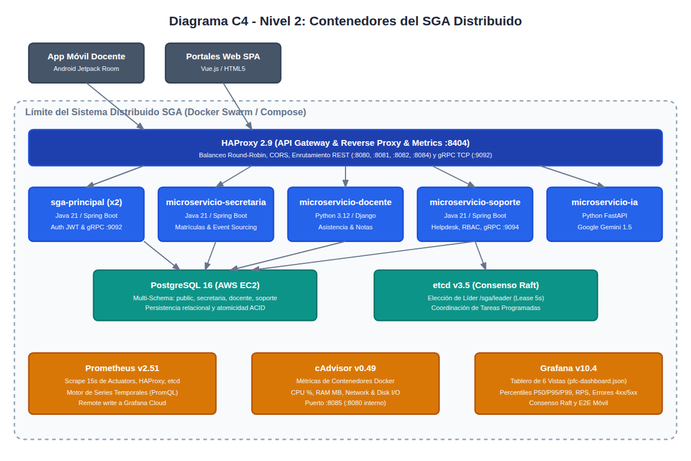
LEO23as/acadtrace keeps this PlantUML diagram as Informe-E4_BCEL/c4_nivel2_contenedores.png. Above is the earlier version. Its source is kept beside it as docs/diagrams/c4_nivel2_contenedores.puml.
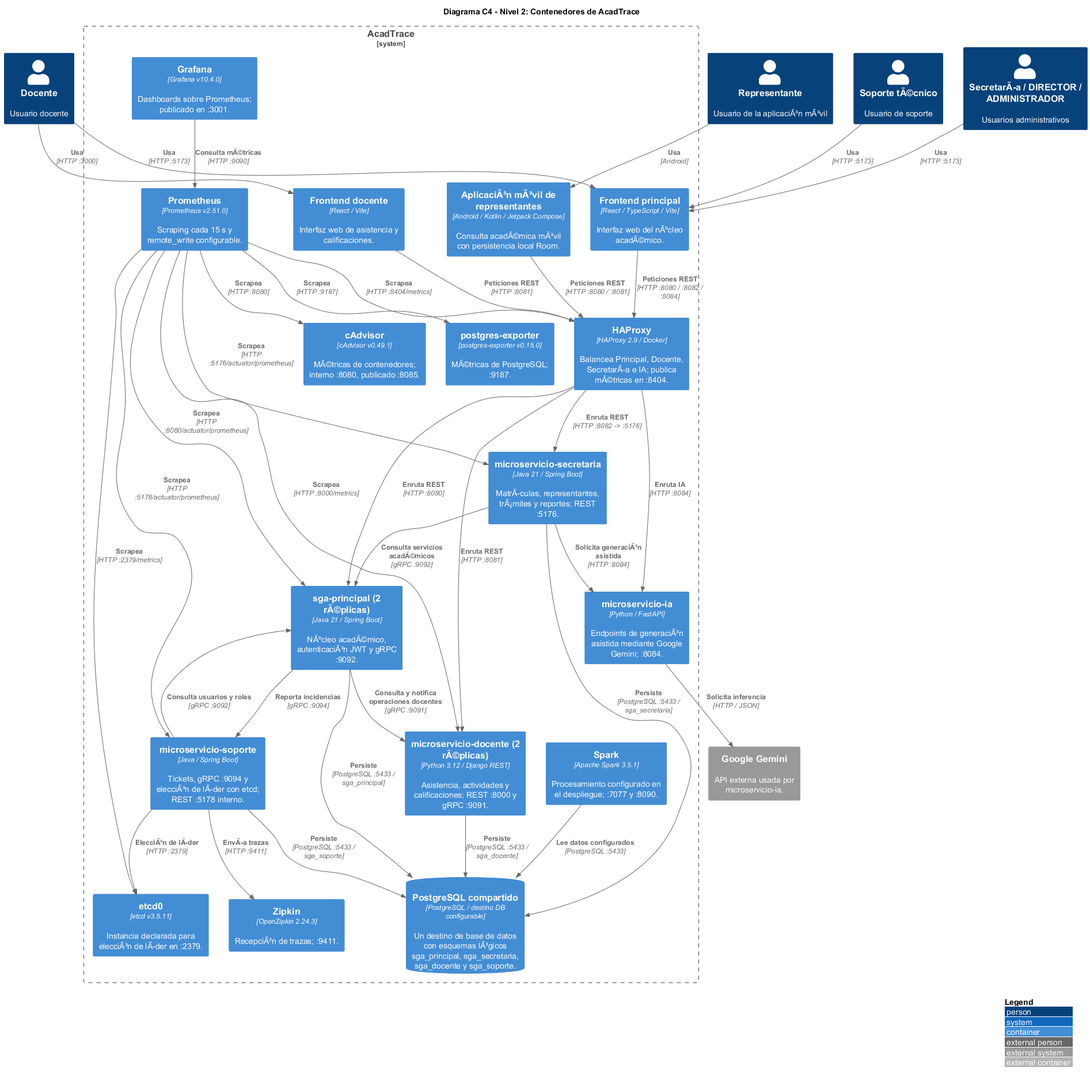
After the change.

Commit message:
docs(c4): actualizar diagrama de contenedores

What changed in the source:
```diff
@@ -1,67 +1,75 @@
 @startuml C4_Nivel2_Contenedores
-!include https://raw.githubusercontent.com/plantuml-stdlib/C4-PlantUML/master/C4_Container.puml
+!include https://raw.githubusercontent.com/plantuml-stdlib/C4-PlantUML/v2.12.0/C4_Container.puml
 
 LAYOUT_WITH_LEGEND()
+title Diagrama C4 - Nivel 2: Contenedores de AcadTrace
 
-title Diagrama C4 - Nivel 2: Contenedores del SGA Distribuido
+Person(docente, "Docente", "Usuario docente")
+Person(representante, "Representante", "Usuario de la aplicación móvil")
+Person(administrativo, "Secretaría / DIRECTOR / ADMINISTRADOR", "Usuarios administrativos")
+Person(soporte_usuario, "Soporte técnico", "Usuario de soporte")
 
-Person(usuario_docente, "Docente", "Personal docente con App Móvil o Web")
-Person(usuario_admin, "Secretaría / Soporte", "Personal administrativo y de soporte")
+System_Boundary(acadtrace, "AcadTrace") {
+    Container(app_movil, "Aplicación móvil de representantes", "Android / Kotlin / Jetpack Compose", "Consulta académica móvil con persistencia local Room.")
+    Container(web_principal, "Frontend principal", "React / TypeScript / Vite", "Interfaz web del núcleo académico.")
+    Container(web_docente, "Frontend docente", "React / Vite", "Interfaz web de asistencia y calificaciones.")
+    Container(haproxy, "HAProxy", "HAProxy 2.9 / Docker", "Balancea Principal, Docente, Secretaría e IA; publica métricas en :8404.")
 
-System_Boundary(c1, "Sistema SGA Distribuido") {
-    Container(app_movil, "App Móvil Docente", "Android / Kotlin / Jetpack Compose", "App nativa con sincronización offline Room SQLite.")
-    Container(spa_web, "Portales Web", "Vue.js / Tailwind CSS / HTML5", "Interfaces web para secretaría, soporte y administración.")
+    Container(sga_principal, "sga-principal (2 réplicas)", "Java 21 / Spring Boot", "Núcleo académico, autenticación JWT y gRPC :9092.")
+    Container(ms_docente, "microservicio-docente (2 réplicas)", "Python 3.12 / Django REST", "Asistencia, actividades y calificaciones; REST :8000 y gRPC :9091.")
+    Container(ms_secretaria, "microservicio-secretaria", "Java 21 / Spring Boot", "Matrículas, representantes, trámites y reportes; REST :5176.")
+    Container(ms_soporte, "microservicio-soporte", "Java / Spring Boot", "Tickets, gRPC :9094 y elección de líder con etcd; REST :5178 interno.")
+    Container(ms_ia, "microservicio-ia", "Python / FastAPI", "Endpoints de generación asistida mediante Google Gemini; :8084.")
 
-    Container(haproxy, "HAProxy Load Balancer & Gateway", "HAProxy 2.9 (Alpine)", "Balanceo de carga Round Robin, enrutamiento perimetral, CORS y métricas en :8404.")
-
-    Container(sga_principal, "sga-principal (2 Réplicas)", "Java 21 / Spring Boot", "Módulo central, autenticación JWT, catálogo maestro y servidor gRPC :9092.")
-    Container(ms_secretaria, "microservicio-secretaria", "Java 21 / Spring Boot", "Gestión de matrículas, event sourcing (Lamport clocks), auditoría y reportes PDF.")
-    Container(ms_docente, "microservicio-docente", "Python 3.12 / Django REST", "Gestión de asistencia y calificaciones, cliente gRPC :9092.")
-    Container(ms_soporte, "microservicio-soporte", "Java 21 / Spring Boot", "Helpdesk, RBAC anti-IDOR, servidor gRPC :9094 y tareas programadas con líder etcd.")
-    Container(ms_ia, "microservicio-ia", "Python 3.12 / FastAPI", "Generación de resúmenes asistidos con Google Gemini 1.5 Flash.")
-
-    ContainerDb(db_postgres, "Base de Datos PostgreSQL", "PostgreSQL 16 (AWS EC2)", "Persistencia relacional con particionamiento lógico de esquemas (public, secretaria, docente, soporte).")
-    ContainerDb(etcd_cluster, "Clúster etcd (Raft)", "etcd v3.5", "Consenso Raft para elección de líder entre réplicas y coordinación distribuida.")
-
-    Container(prometheus, "Servidor Prometheus", "Prometheus v2.51", "Scraping periódico (15s) de microservicios, HAProxy, etcd y cAdvisor.")
-    Container(cadvisor, "cAdvisor", "Google cAdvisor v0.49", "Extracción de métricas de CPU, RAM e I/O de contenedores Docker.")
-    Container(grafana, "Grafana Dashboard", "Grafana v10.4", "Visualización en tiempo real de las 6 vistas operativas.")
+    ContainerDb(postgres, "PostgreSQL compartido", "PostgreSQL / destino DB configurable", "Un destino de base de datos con esquemas lógicos sga_principal, sga_secretaria, sga_docente y sga_soporte.")
+    Container(etcd, "etcd0", "etcd v3.5.11", "Instancia declarada para elección de líder en :2379.")
+    Container(prometheus, "Prometheus", "Prometheus v2.51.0", "Scraping cada 15 s y remote_write configurable.")
+    Container(grafana, "Grafana", "Grafana v10.4.0", "Dashboards sobre Prometheus; publicado en :3001.")
+    Container(cadvisor, "cAdvisor", "cAdvisor v0.49.1", "Métricas de contenedores; interno :8080, publicado :8085.")
+    Container(postgres_exporter, "postgres-exporter", "postgres-exporter v0.15.0", "Métricas de PostgreSQL; :9187.")
+    Container(zipkin, "Zipkin", "OpenZipkin 2.24.3", "Recepción de trazas; :9411.")
+    Container(spark, "Spark", "Apache Spark 3.5.1", "Procesamiento configurado en el despliegue; :7077 y :8090.")
 }
 
-System_Ext(gemini_api, "Google Gemini API", "LLM en la nube")
+System_Ext(gemini, "Google Gemini", "API externa usada por microservicio-ia.")
 
-Rel(usuario_docente, app_movil, "Usa interfaz móvil", "Touch")
-Rel(usuario_docente, spa_web, "Usa portal web", "HTTPS")
-Rel(usuario_admin, spa_web, "Usa portal web", "HTTPS")
+Rel(docente, web_principal, "Usa", "HTTP :5173")
+Rel(docente, web_docente, "Usa", "HTTP :3000")
+Rel(representante, app_movil, "Usa", "Android")
+Rel(administrativo, web_principal, "Usa", "HTTP :5173")
+Rel(soporte_usuario, web_principal, "Usa", "HTTP :5173")
 
-Rel(app_movil, haproxy, "Sincronización y peticiones REST", "HTTPS :8081 / :8080")
-Rel(spa_web, haproxy, "Peticiones HTTP REST", "HTTPS :8080, :8081, :8082, :8084")
+Rel(app_movil, haproxy, "Peticiones REST", "HTTP :8080 / :8081")
+Rel(web_principal, haproxy, "Peticiones REST", "HTTP :8080 / :8082 / :8084")
+Rel(web_docente, haproxy, "Peticiones REST", "HTTP :8081")
 
-Rel(haproxy, sga_principal, "Balancea tráfico REST y gRPC", "HTTP :8080, TCP :9092")
-Rel(haproxy, ms_secretaria, "Enruta tráfico de matrículas", "HTTP :5176")
-Rel(haproxy, ms_docente, "Enruta tráfico docente", "HTTP :8000")
-Rel(haproxy, ms_soporte, "Enruta tráfico de tickets", "HTTP :5178")
-Rel(haproxy, ms_ia, "Enruta consultas IA", "HTTP :8084")
+Rel(haproxy, sga_principal, "Enruta REST", "HTTP :8080")
+Rel(haproxy, ms_docente, "Enruta REST", "HTTP :8081")
+Rel(haproxy, ms_secretaria, "Enruta REST", "HTTP :8082 -> :5176")
+Rel(haproxy, ms_ia, "Enruta IA", "HTTP :8084")
+Rel(ms_soporte, sga_principal, "Consulta usuarios y roles", "gRPC :9092")
+Rel(sga_principal, ms_docente, "Consulta y notifica operaciones docentes", "gRPC :9091")
+Rel(sga_principal, ms_soporte, "Reporta incidencias", "gRPC :9094")
+Rel(ms_secretaria, sga_principal, "Consulta servicios académicos", "gRPC :9092")
+Rel(ms_secretaria, ms_ia, "Solicita generación asistida", "HTTP :8084")
+Rel(ms_ia, gemini, "Solicita inferencia", "HTTP / JSON")
 
-Rel(ms_docente, sga_principal, "Consulta de materias y auth", "gRPC :9092")
-Rel(sga_principal, ms_soporte, "Reporte de incidencias automáticas", "gRPC :9094")
-Rel(ms_secretaria, ms_ia, "Solicita resúmenes de actas", "HTTP :8084")
-Rel(ms_ia, gemini_api, "Genera inferencia IA", "HTTPS")
+Rel(sga_principal, postgres, "Persiste", "PostgreSQL :5433 / sga_principal")
+Rel(ms_secretaria, postgres, "Persiste", "PostgreSQL :5433 / sga_secretaria")
+Rel(ms_docente, postgres, "Persiste", "PostgreSQL :5433 / sga_docente")
+Rel(ms_soporte, postgres, "Persiste", "PostgreSQL :5433 / sga_soporte")
+Rel(ms_soporte, etcd, "Elección de líder", "HTTP :2379")
 
-Rel(sga_principal, db_postgres, "Lectura/Escritura schema public", "JDBC / SQL")
-Rel(ms_secretaria, db_postgres, "Lectura/Escritura schema secretaria", "JDBC / SQL")
-Rel(ms_docente, db_postgres, "Lectura/Escritura schema docente", "Django ORM / SQL")
-Rel(ms_soporte, db_postgres, "Lectura/Escritura schema soporte", "JdbcTemplate / SQL")
-
-Rel(ms_soporte, etcd_cluster, "Elección de líder (/sga/leader)", "gRPC / Raft :2379")
-
-Rel(prometheus, sga_principal, "Scrape /actuator/prometheus", "HTTP")
-Rel(prometheus, ms_secretaria, "Scrape /actuator/prometheus", "HTTP")
-Rel(prometheus, ms_soporte, "Scrape /actuator/prometheus", "HTTP")
-Rel(prometheus, ms_docente, "Scrape /metrics", "HTTP")
-Rel(prometheus, haproxy, "Scrape /metrics", "HTTP :8404")
-Rel(prometheus, etcd_cluster, "Scrape /metrics", "HTTP :2379")
-Rel(prometheus, cadvisor, "Scrape métricas de contenedor", "HTTP :8080")
-Rel(grafana, prometheus, "Consulta series temporales (PromQL)", "HTTP :9090")
+Rel(prometheus, sga_principal, "Scrapea", "HTTP :8080/actuator/prometheus")
+Rel(prometheus, ms_docente, "Scrapea", "HTTP :8000/metrics")
+Rel(prometheus, ms_secretaria, "Scrapea", "HTTP :5176/actuator/prometheus")
+Rel(prometheus, ms_soporte, "Scrapea", "HTTP :5178/actuator/prometheus")
+Rel(prometheus, haproxy, "Scrapea", "HTTP :8404/metrics")
+Rel(prometheus, etcd, "Scrapea", "HTTP :2379/metrics")
+Rel(prometheus, cadvisor, "Scrapea", "HTTP :8080")
+Rel(prometheus, postgres_exporter, "Scrapea", "HTTP :9187")
+Rel(grafana, prometheus, "Consulta métricas", "HTTP :9090")
+Rel(ms_soporte, zipkin, "Envía trazas", "HTTP :9411")
+Rel(spark, postgres, "Lee datos configurados", "PostgreSQL :5433")
 
 @enduml
```
